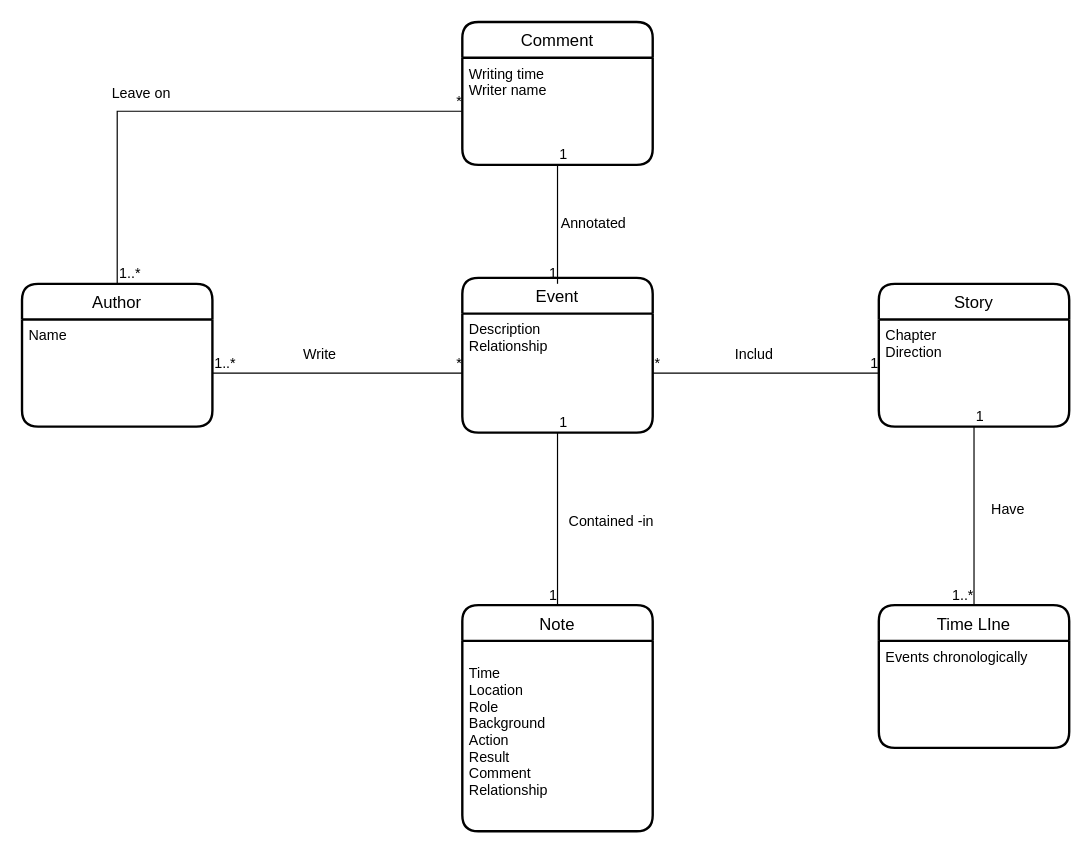
Before: Document/Diagram/DomainModel.drawio in Fei-D20/D20_1st_Semester_Final_Project, a draw.io diagram. Source tidied: cells renumbered, new cells numbered last; positions are measured from the earlier drawing's top-left corner, leaving out a move shared by most shapes. Both pictures are drawn from the tidied source at 119%, with x=0, y=0 at pixel (21, 21).
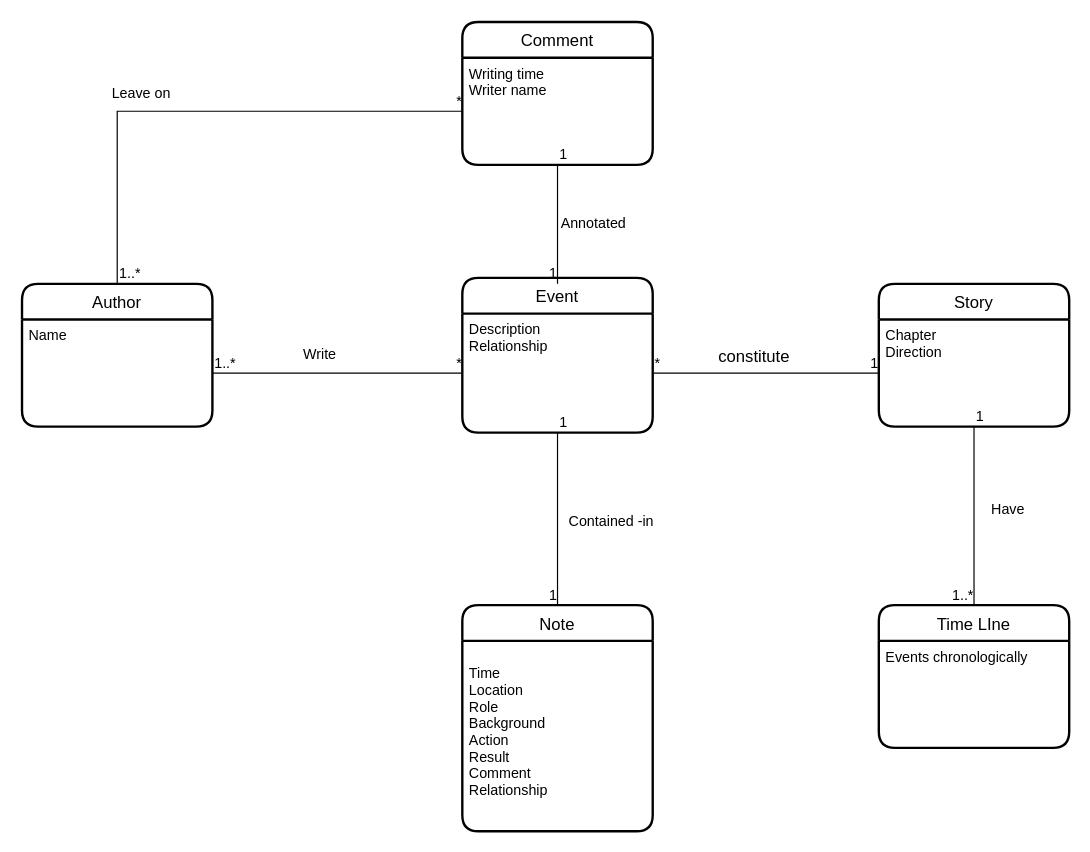
The same diagram, later.

Diff of the diagram source:
```diff
@@
-    <mxCell id="37" value="Includ" style="text;html=1;align=center;verticalAlign=middle;strokeColor=none;" parent="1" vertex="1">
-      <mxGeometry x="590" y="270" width="50" height="20" as="geometry" />
+    <mxCell id="37" value="&lt;span lang=&quot;EN-US&quot; style=&quot;font-size: 10.5pt ; font-family: &amp;#34;dengxian&amp;#34;&quot;&gt;constitute&lt;/span&gt;&lt;span style=&quot;font-size: medium&quot;&gt;&lt;/span&gt;" style="text;html=1;align=center;verticalAlign=middle;strokeColor=none;" parent="1" vertex="1">
+      <mxGeometry x="580" y="270" width="70" height="20" as="geometry" />
     </mxCell>
```
